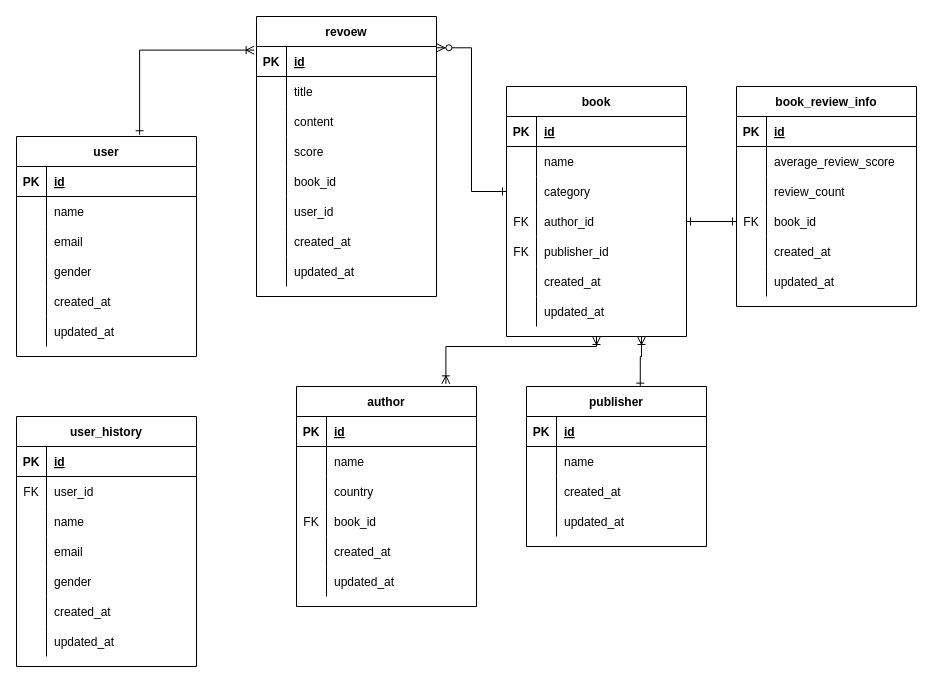
Earlier version of the draw.io diagram Untitled Diagram.drawio (SimKyunam/fastcampus-jpa-bookmanager). Source tidied: cells renumbered, new cells numbered last; positions are measured from the earlier drawing's top-left corner, leaving out a move shared by most shapes. Both pictures are drawn from the tidied source at 100%, with x=0, y=0 at pixel (16, 16).
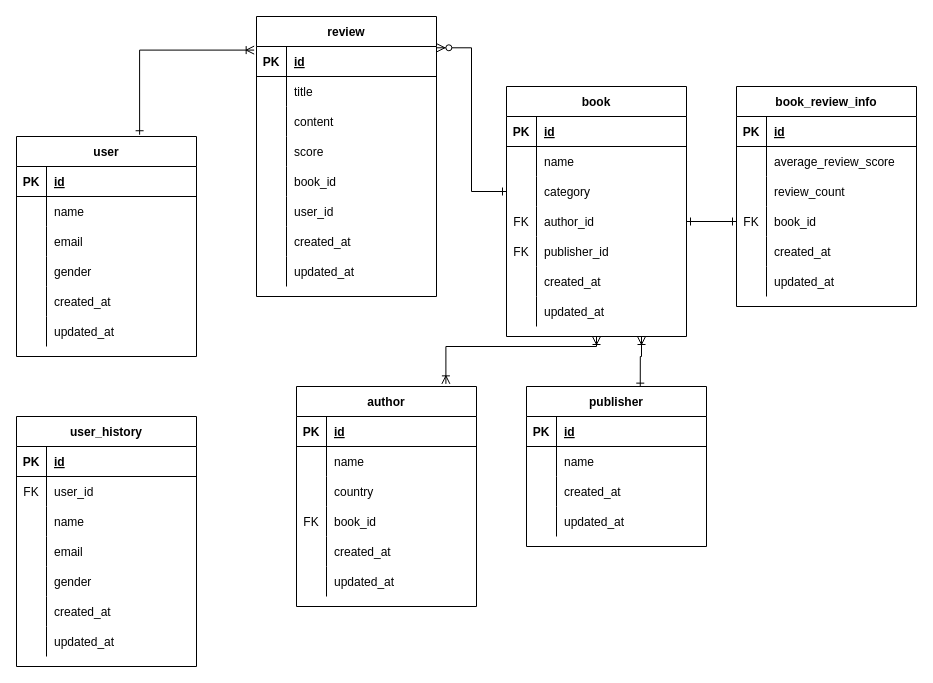
The same page after the edit.

What changed in the source:
```diff
@@
-    <mxCell id="99" value="revoew" style="shape=table;startSize=30;childLayout=tableLayout;rowLines=0;fontStyle=1;align=center;" parent="1" vertex="1">
+    <mxCell id="99" value="review" style="shape=table;startSize=30;childLayout=tableLayout;rowLines=0;fontStyle=1;align=center;" parent="1" vertex="1">
       <mxGeometry x="240" width="180" height="280" as="geometry" />
     </mxCell>
```
